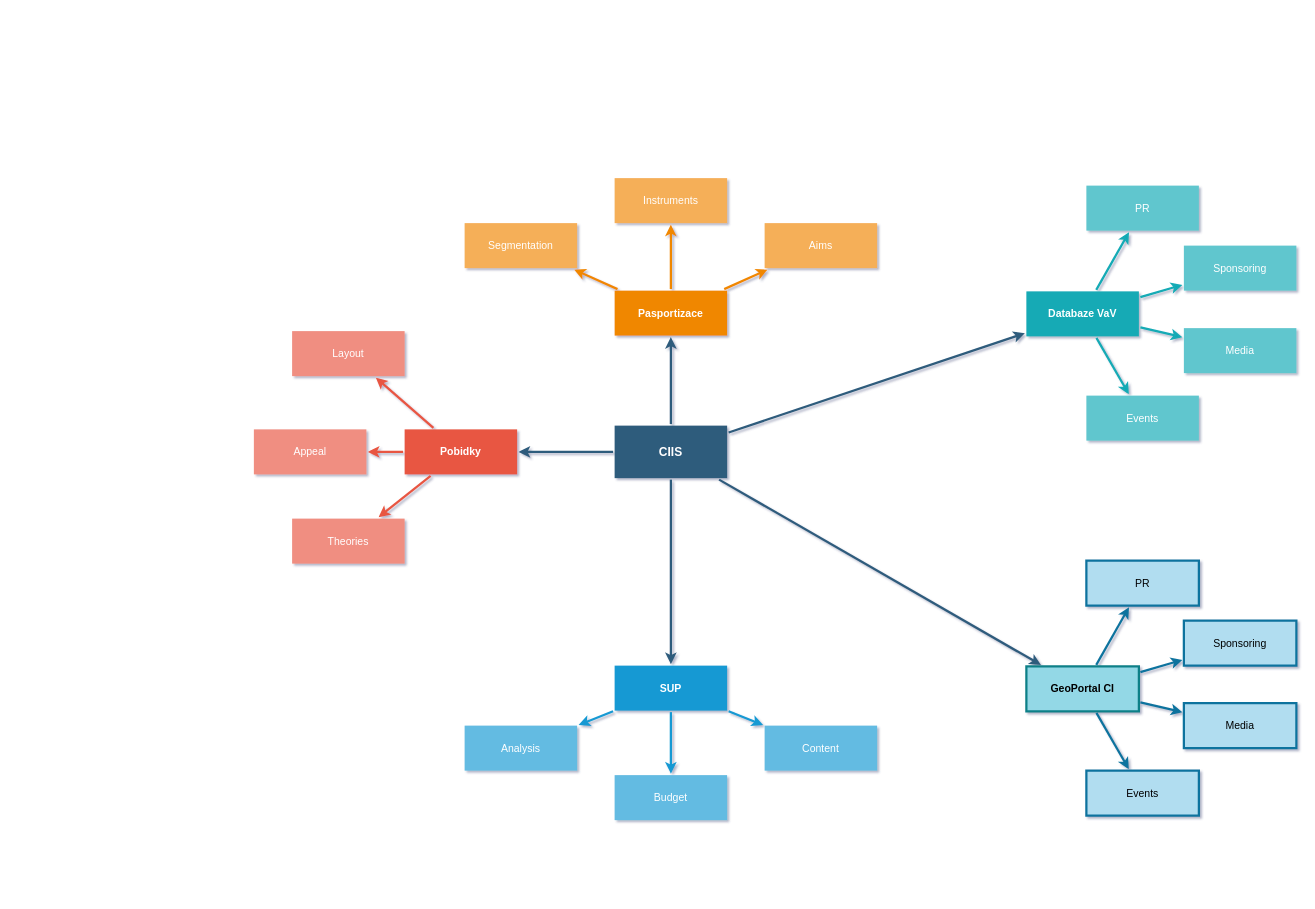
This is Untitled Diagram.drawio from VojtechFlidr/diagram, a draw.io file, before an edit. Source tidied: cells renumbered, new cells numbered last; positions are measured from the earlier drawing's top-left corner, leaving out a move shared by most shapes. Both pictures are drawn from the tidied source at 75%, with x=0, y=0 at pixel (254, 178).
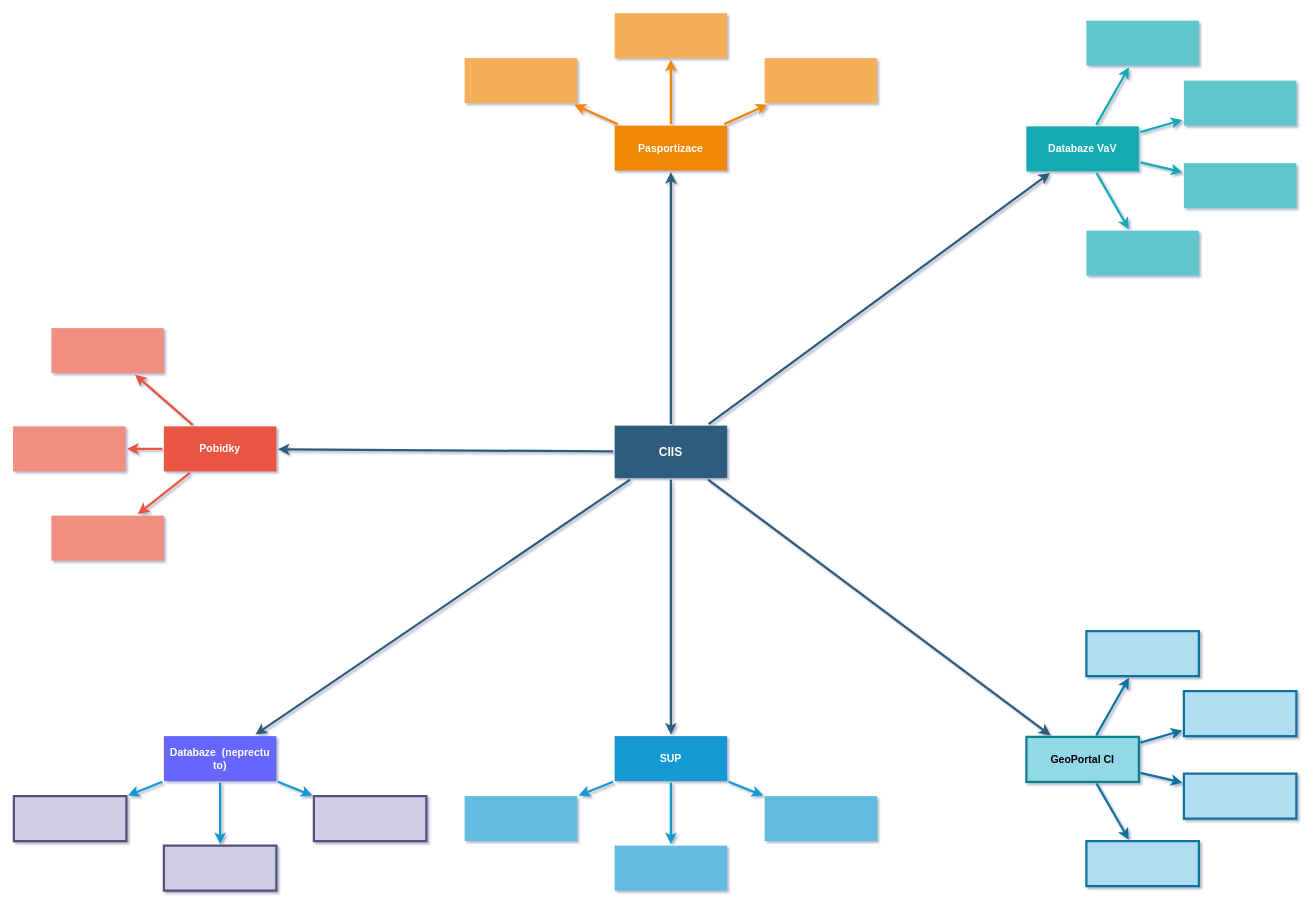
Above is the later version.

The change refers to these unchanged cells:
```xml
<mxCell id="6" value="CIIS" style="rounded=0;whiteSpace=wrap;html=1;shadow=0;labelBackgroundColor=none;strokeColor=none;strokeWidth=3;fillColor=#2F5B7C;fontFamily=Helvetica;fontSize=16;fontColor=#FFFFFF;align=center;fontStyle=1;spacing=5;arcSize=7;perimeterSpacing=2;" parent="1" vertex="1">
  <mxGeometry x="481" y="330" width="150" height="70" as="geometry" />
</mxCell>
```

Diff of the diagram source:
```diff
@@
     <mxCell id="10" value="Pobidky" style="rounded=0;whiteSpace=wrap;html=1;shadow=0;labelBackgroundColor=none;strokeColor=none;strokeWidth=3;fillColor=#e85642;fontFamily=Helvetica;fontSize=14;fontColor=#FFFFFF;align=center;spacing=5;fontStyle=1;arcSize=7;perimeterSpacing=2;" parent="1" vertex="1">
-      <mxGeometry x="201" y="335" width="150" height="60" as="geometry" />
+      <mxGeometry x="-120" y="331" width="150" height="60" as="geometry" />
     </mxCell>
-    <mxCell id="11" value="Theories" style="rounded=0;whiteSpace=wrap;html=1;shadow=0;labelBackgroundColor=none;strokeColor=none;strokeWidth=3;fillColor=#f08e81;fontFamily=Helvetica;fontSize=14;fontColor=#FFFFFF;align=center;spacing=5;fontStyle=0;arcSize=7;perimeterSpacing=2;" parent="1" vertex="1">
-      <mxGeometry x="51" y="454" width="150" height="60" as="geometry" />
+    <mxCell id="11" style="rounded=0;whiteSpace=wrap;html=1;shadow=0;labelBackgroundColor=none;strokeColor=none;strokeWidth=3;fillColor=#f08e81;fontFamily=Helvetica;fontSize=14;fontColor=#FFFFFF;align=center;spacing=5;fontStyle=0;arcSize=7;perimeterSpacing=2;" parent="1" vertex="1">
+      <mxGeometry x="-270" y="450" width="150" height="60" as="geometry" />
     </mxCell>
-    <mxCell id="12" value="Appeal" style="rounded=0;whiteSpace=wrap;html=1;shadow=0;labelBackgroundColor=none;strokeColor=none;strokeWidth=3;fillColor=#f08e81;fontFamily=Helvetica;fontSize=14;fontColor=#FFFFFF;align=center;spacing=5;fontStyle=0;arcSize=7;perimeterSpacing=2;" parent="1" vertex="1">
-      <mxGeometry y="335" width="150" height="60" as="geometry" />
+    <mxCell id="12" style="rounded=0;whiteSpace=wrap;html=1;shadow=0;labelBackgroundColor=none;strokeColor=none;strokeWidth=3;fillColor=#f08e81;fontFamily=Helvetica;fontSize=14;fontColor=#FFFFFF;align=center;spacing=5;fontStyle=0;arcSize=7;perimeterSpacing=2;" parent="1" vertex="1">
+      <mxGeometry x="-321" y="331" width="150" height="60" as="geometry" />
     </mxCell>
-    <mxCell id="13" value="Layout" style="rounded=0;whiteSpace=wrap;html=1;shadow=0;labelBackgroundColor=none;strokeColor=none;strokeWidth=3;fillColor=#f08e81;fontFamily=Helvetica;fontSize=14;fontColor=#FFFFFF;align=center;spacing=5;fontStyle=0;arcSize=7;perimeterSpacing=2;" parent="1" vertex="1">
-      <mxGeometry x="51" y="204" width="150" height="60" as="geometry" />
+    <mxCell id="13" style="rounded=0;whiteSpace=wrap;html=1;shadow=0;labelBackgroundColor=none;strokeColor=none;strokeWidth=3;fillColor=#f08e81;fontFamily=Helvetica;fontSize=14;fontColor=#FFFFFF;align=center;spacing=5;fontStyle=0;arcSize=7;perimeterSpacing=2;" parent="1" vertex="1">
+      <mxGeometry x="-270" y="200" width="150" height="60" as="geometry" />
     </mxCell>
@@
-    <mxCell id="17" value="SUP" style="rounded=0;whiteSpace=wrap;html=1;shadow=0;labelBackgroundColor=none;strokeColor=none;strokeWidth=3;fillColor=#1699d3;fontFamily=Helvetica;fontSize=14;fontColor=#FFFFFF;align=center;spacing=5;fontStyle=1;arcSize=7;perimeterSpacing=2;" parent="1" vertex="1">
-      <mxGeometry x="481" y="650" width="150" height="60" as="geometry" />
+    <mxCell id="17" value="Databaze&amp;nbsp; (neprectu to)" style="rounded=0;whiteSpace=wrap;html=1;shadow=0;labelBackgroundColor=none;strokeColor=none;strokeWidth=3;fillColor=#6666FF;fontFamily=Helvetica;fontSize=14;fontColor=#FFFFFF;align=center;spacing=5;fontStyle=1;arcSize=7;perimeterSpacing=2;" parent="1" vertex="1">
+      <mxGeometry x="-120" y="744" width="150" height="60" as="geometry" />
     </mxCell>
-    <mxCell id="18" value="Content" style="rounded=0;whiteSpace=wrap;html=1;shadow=0;labelBackgroundColor=none;strokeColor=none;strokeWidth=3;fillColor=#64bbe2;fontFamily=Helvetica;fontSize=14;fontColor=#FFFFFF;align=center;spacing=5;arcSize=7;perimeterSpacing=2;" parent="1" vertex="1">
-      <mxGeometry x="681" y="730" width="150" height="60" as="geometry" />
+    <mxCell id="18" style="rounded=0;whiteSpace=wrap;html=1;shadow=0;labelBackgroundColor=none;strokeColor=#56517e;strokeWidth=3;fillColor=#d0cee2;fontFamily=Helvetica;fontSize=14;align=center;spacing=5;arcSize=7;perimeterSpacing=2;" parent="1" vertex="1">
+      <mxGeometry x="80" y="824" width="150" height="60" as="geometry" />
     </mxCell>
-    <mxCell id="19" value="Budget" style="rounded=0;whiteSpace=wrap;html=1;shadow=0;labelBackgroundColor=none;strokeColor=none;strokeWidth=3;fillColor=#64bbe2;fontFamily=Helvetica;fontSize=14;fontColor=#FFFFFF;align=center;spacing=5;arcSize=7;perimeterSpacing=2;" parent="1" vertex="1">
-      <mxGeometry x="481" y="796" width="150" height="60" as="geometry" />
+    <mxCell id="19" style="rounded=0;whiteSpace=wrap;html=1;shadow=0;labelBackgroundColor=none;strokeColor=#56517e;strokeWidth=3;fillColor=#d0cee2;fontFamily=Helvetica;fontSize=14;align=center;spacing=5;arcSize=7;perimeterSpacing=2;" parent="1" vertex="1">
+      <mxGeometry x="-120" y="890" width="150" height="60" as="geometry" />
     </mxCell>
-    <mxCell id="20" value="Analysis" style="rounded=0;whiteSpace=wrap;html=1;shadow=0;labelBackgroundColor=none;strokeColor=none;strokeWidth=3;fillColor=#64bbe2;fontFamily=Helvetica;fontSize=14;fontColor=#FFFFFF;align=center;spacing=5;arcSize=7;perimeterSpacing=2;" parent="1" vertex="1">
-      <mxGeometry x="281" y="730" width="150" height="60" as="geometry" />
+    <mxCell id="20" style="rounded=0;whiteSpace=wrap;html=1;shadow=0;labelBackgroundColor=none;strokeColor=#56517e;strokeWidth=3;fillColor=#d0cee2;fontFamily=Helvetica;fontSize=14;align=center;spacing=5;arcSize=7;perimeterSpacing=2;" parent="1" vertex="1">
+      <mxGeometry x="-320" y="824" width="150" height="60" as="geometry" />
     </mxCell>
     <mxCell id="21" value="Pasportizace" style="rounded=0;whiteSpace=wrap;html=1;shadow=0;labelBackgroundColor=none;strokeColor=none;strokeWidth=3;fillColor=#F08705;fontFamily=Helvetica;fontSize=14;fontColor=#FFFFFF;align=center;spacing=5;fontStyle=1;arcSize=7;perimeterSpacing=2;" parent="1" vertex="1">
-      <mxGeometry x="481" y="150" width="150" height="60" as="geometry" />
+      <mxGeometry x="481" y="-70" width="150" height="60" as="geometry" />
     </mxCell>
-    <mxCell id="22" value="Aims&lt;br&gt;" style="rounded=0;whiteSpace=wrap;html=1;shadow=0;labelBackgroundColor=none;strokeColor=none;strokeWidth=3;fillColor=#f5af58;fontFamily=Helvetica;fontSize=14;fontColor=#FFFFFF;align=center;spacing=5;arcSize=7;perimeterSpacing=2;" parent="1" vertex="1">
-      <mxGeometry x="681" y="60" width="150" height="60" as="geometry" />
+    <mxCell id="22" style="rounded=0;whiteSpace=wrap;html=1;shadow=0;labelBackgroundColor=none;strokeColor=none;strokeWidth=3;fillColor=#f5af58;fontFamily=Helvetica;fontSize=14;fontColor=#FFFFFF;align=center;spacing=5;arcSize=7;perimeterSpacing=2;" parent="1" vertex="1">
+      <mxGeometry x="681" y="-160" width="150" height="60" as="geometry" />
     </mxCell>
@@
-    <mxCell id="24" value="Instruments" style="rounded=0;whiteSpace=wrap;html=1;shadow=0;labelBackgroundColor=none;strokeColor=none;strokeWidth=3;fillColor=#f5af58;fontFamily=Helvetica;fontSize=14;fontColor=#FFFFFF;align=center;spacing=5;arcSize=7;perimeterSpacing=2;" parent="1" vertex="1">
-      <mxGeometry x="481" width="150" height="60" as="geometry" />
+    <mxCell id="24" style="rounded=0;whiteSpace=wrap;html=1;shadow=0;labelBackgroundColor=none;strokeColor=none;strokeWidth=3;fillColor=#f5af58;fontFamily=Helvetica;fontSize=14;fontColor=#FFFFFF;align=center;spacing=5;arcSize=7;perimeterSpacing=2;" parent="1" vertex="1">
+      <mxGeometry x="481" y="-220" width="150" height="60" as="geometry" />
     </mxCell>
@@
-    <mxCell id="26" value="Segmentation" style="rounded=0;whiteSpace=wrap;html=1;shadow=0;labelBackgroundColor=none;strokeColor=none;strokeWidth=3;fillColor=#f5af58;fontFamily=Helvetica;fontSize=14;fontColor=#FFFFFF;align=center;spacing=5;arcSize=7;perimeterSpacing=2;" parent="1" vertex="1">
-      <mxGeometry x="281" y="60" width="150" height="60" as="geometry" />
+    <mxCell id="26" style="rounded=0;whiteSpace=wrap;html=1;shadow=0;labelBackgroundColor=none;strokeColor=none;strokeWidth=3;fillColor=#f5af58;fontFamily=Helvetica;fontSize=14;fontColor=#FFFFFF;align=center;spacing=5;arcSize=7;perimeterSpacing=2;" parent="1" vertex="1">
+      <mxGeometry x="281" y="-160" width="150" height="60" as="geometry" />
     </mxCell>
@@
     <mxCell id="28" value="Databaze VaV" style="rounded=0;whiteSpace=wrap;html=1;shadow=0;labelBackgroundColor=none;strokeColor=none;strokeWidth=3;fillColor=#12aab5;fontFamily=Helvetica;fontSize=14;fontColor=#FFFFFF;align=center;spacing=5;fontStyle=1;arcSize=7;perimeterSpacing=2;" parent="1" vertex="1">
-      <mxGeometry x="1030" y="151" width="150" height="60" as="geometry" />
+      <mxGeometry x="1030" y="-69" width="150" height="60" as="geometry" />
     </mxCell>
-    <mxCell id="29" value="Events" style="rounded=0;whiteSpace=wrap;html=1;shadow=0;labelBackgroundColor=none;strokeColor=none;strokeWidth=3;fillColor=#61c6ce;fontFamily=Helvetica;fontSize=14;fontColor=#FFFFFF;align=center;spacing=5;fontStyle=0;arcSize=7;perimeterSpacing=2;" parent="1" vertex="1">
-      <mxGeometry x="1110" y="290" width="150" height="60" as="geometry" />
+    <mxCell id="29" style="rounded=0;whiteSpace=wrap;html=1;shadow=0;labelBackgroundColor=none;strokeColor=none;strokeWidth=3;fillColor=#61c6ce;fontFamily=Helvetica;fontSize=14;fontColor=#FFFFFF;align=center;spacing=5;fontStyle=0;arcSize=7;perimeterSpacing=2;" parent="1" vertex="1">
+      <mxGeometry x="1110" y="70" width="150" height="60" as="geometry" />
     </mxCell>
@@
-    <mxCell id="31" value="Media" style="rounded=0;whiteSpace=wrap;html=1;shadow=0;labelBackgroundColor=none;strokeColor=none;strokeWidth=3;fillColor=#61c6ce;fontFamily=Helvetica;fontSize=14;fontColor=#FFFFFF;align=center;spacing=5;fontStyle=0;arcSize=7;perimeterSpacing=2;" parent="1" vertex="1">
-      <mxGeometry x="1240" y="200" width="150" height="60" as="geometry" />
+    <mxCell id="31" style="rounded=0;whiteSpace=wrap;html=1;shadow=0;labelBackgroundColor=none;strokeColor=none;strokeWidth=3;fillColor=#61c6ce;fontFamily=Helvetica;fontSize=14;fontColor=#FFFFFF;align=center;spacing=5;fontStyle=0;arcSize=7;perimeterSpacing=2;" parent="1" vertex="1">
+      <mxGeometry x="1240" y="-20" width="150" height="60" as="geometry" />
     </mxCell>
@@
-    <mxCell id="33" value="Sponsoring" style="rounded=0;whiteSpace=wrap;html=1;shadow=0;labelBackgroundColor=none;strokeColor=none;strokeWidth=3;fillColor=#61c6ce;fontFamily=Helvetica;fontSize=14;fontColor=#FFFFFF;align=center;spacing=5;fontStyle=0;arcSize=7;perimeterSpacing=2;" parent="1" vertex="1">
-      <mxGeometry x="1240" y="90" width="150" height="60" as="geometry" />
+    <mxCell id="33" style="rounded=0;whiteSpace=wrap;html=1;shadow=0;labelBackgroundColor=none;strokeColor=none;strokeWidth=3;fillColor=#61c6ce;fontFamily=Helvetica;fontSize=14;fontColor=#FFFFFF;align=center;spacing=5;fontStyle=0;arcSize=7;perimeterSpacing=2;" parent="1" vertex="1">
+      <mxGeometry x="1240" y="-130" width="150" height="60" as="geometry" />
     </mxCell>
@@
-    <mxCell id="35" value="PR" style="rounded=0;whiteSpace=wrap;html=1;shadow=0;labelBackgroundColor=none;strokeColor=none;strokeWidth=3;fillColor=#61c6ce;fontFamily=Helvetica;fontSize=14;fontColor=#FFFFFF;align=center;spacing=5;fontStyle=0;arcSize=7;perimeterSpacing=2;" parent="1" vertex="1">
-      <mxGeometry x="1110" y="10" width="150" height="60" as="geometry" />
+    <mxCell id="35" style="rounded=0;whiteSpace=wrap;html=1;shadow=0;labelBackgroundColor=none;strokeColor=none;strokeWidth=3;fillColor=#61c6ce;fontFamily=Helvetica;fontSize=14;fontColor=#FFFFFF;align=center;spacing=5;fontStyle=0;arcSize=7;perimeterSpacing=2;" parent="1" vertex="1">
+      <mxGeometry x="1110" y="-210" width="150" height="60" as="geometry" />
     </mxCell>
@@
     <mxCell id="37" value="GeoPortal CI" style="rounded=0;whiteSpace=wrap;html=1;shadow=0;labelBackgroundColor=none;strokeColor=#0e8088;strokeWidth=3;fillColor=#93D8E6;fontFamily=Helvetica;fontSize=14;align=center;spacing=5;fontStyle=1;arcSize=7;perimeterSpacing=2;" parent="1" vertex="1">
-      <mxGeometry x="1030" y="651" width="150" height="60" as="geometry" />
+      <mxGeometry x="1030" y="745" width="150" height="60" as="geometry" />
     </mxCell>
-    <mxCell id="38" value="Events" style="rounded=0;whiteSpace=wrap;html=1;shadow=0;labelBackgroundColor=none;strokeColor=#10739e;strokeWidth=3;fillColor=#b1ddf0;fontFamily=Helvetica;fontSize=14;align=center;spacing=5;fontStyle=0;arcSize=7;perimeterSpacing=2;" parent="1" vertex="1">
-      <mxGeometry x="1110" y="790" width="150" height="60" as="geometry" />
+    <mxCell id="38" style="rounded=0;whiteSpace=wrap;html=1;shadow=0;labelBackgroundColor=none;strokeColor=#10739e;strokeWidth=3;fillColor=#b1ddf0;fontFamily=Helvetica;fontSize=14;align=center;spacing=5;fontStyle=0;arcSize=7;perimeterSpacing=2;" parent="1" vertex="1">
+      <mxGeometry x="1110" y="884" width="150" height="60" as="geometry" />
     </mxCell>
@@
-    <mxCell id="40" value="Media" style="rounded=0;whiteSpace=wrap;html=1;shadow=0;labelBackgroundColor=none;strokeColor=#10739e;strokeWidth=3;fillColor=#b1ddf0;fontFamily=Helvetica;fontSize=14;align=center;spacing=5;fontStyle=0;arcSize=7;perimeterSpacing=2;" parent="1" vertex="1">
-      <mxGeometry x="1240" y="700" width="150" height="60" as="geometry" />
+    <mxCell id="40" style="rounded=0;whiteSpace=wrap;html=1;shadow=0;labelBackgroundColor=none;strokeColor=#10739e;strokeWidth=3;fillColor=#b1ddf0;fontFamily=Helvetica;fontSize=14;align=center;spacing=5;fontStyle=0;arcSize=7;perimeterSpacing=2;" parent="1" vertex="1">
+      <mxGeometry x="1240" y="794" width="150" height="60" as="geometry" />
     </mxCell>
@@
-    <mxCell id="42" value="Sponsoring" style="rounded=0;whiteSpace=wrap;html=1;shadow=0;labelBackgroundColor=none;strokeColor=#10739e;strokeWidth=3;fillColor=#b1ddf0;fontFamily=Helvetica;fontSize=14;align=center;spacing=5;fontStyle=0;arcSize=7;perimeterSpacing=2;" parent="1" vertex="1">
-      <mxGeometry x="1240" y="590" width="150" height="60" as="geometry" />
+    <mxCell id="42" style="rounded=0;whiteSpace=wrap;html=1;shadow=0;labelBackgroundColor=none;strokeColor=#10739e;strokeWidth=3;fillColor=#b1ddf0;fontFamily=Helvetica;fontSize=14;align=center;spacing=5;fontStyle=0;arcSize=7;perimeterSpacing=2;" parent="1" vertex="1">
+      <mxGeometry x="1240" y="684" width="150" height="60" as="geometry" />
     </mxCell>
@@
-    <mxCell id="44" value="PR" style="rounded=0;whiteSpace=wrap;html=1;shadow=0;labelBackgroundColor=none;strokeColor=#10739e;strokeWidth=3;fillColor=#b1ddf0;fontFamily=Helvetica;fontSize=14;align=center;spacing=5;fontStyle=0;arcSize=7;perimeterSpacing=2;" parent="1" vertex="1">
-      <mxGeometry x="1110" y="510" width="150" height="60" as="geometry" />
+    <mxCell id="44" style="rounded=0;whiteSpace=wrap;html=1;shadow=0;labelBackgroundColor=none;strokeColor=#10739e;strokeWidth=3;fillColor=#b1ddf0;fontFamily=Helvetica;fontSize=14;align=center;spacing=5;fontStyle=0;arcSize=7;perimeterSpacing=2;" parent="1" vertex="1">
+      <mxGeometry x="1110" y="604" width="150" height="60" as="geometry" />
     </mxCell>
@@
+    <mxCell id="47" style="edgeStyle=none;rounded=0;jumpStyle=none;html=1;shadow=0;labelBackgroundColor=none;startArrow=none;startFill=0;endArrow=classic;endFill=1;jettySize=auto;strokeColor=#2F5B7C;strokeWidth=3;fontFamily=Helvetica;fontSize=16;fontColor=#23445D;spacing=5;" parent="1" edge="1" source="6" target="51">
+      <mxGeometry relative="1" as="geometry" />
+    </mxCell>
+    <mxCell id="48" style="edgeStyle=none;rounded=0;jumpStyle=none;html=1;shadow=0;labelBackgroundColor=none;startArrow=none;startFill=0;endArrow=classic;endFill=1;jettySize=auto;strokeColor=#1699D3;strokeWidth=3;fontFamily=Helvetica;fontSize=14;fontColor=#FFFFFF;spacing=5;" parent="1" edge="1" source="51" target="54">
+      <mxGeometry relative="1" as="geometry" />
+    </mxCell>
+    <mxCell id="49" style="edgeStyle=none;rounded=0;jumpStyle=none;html=1;shadow=0;labelBackgroundColor=none;startArrow=none;startFill=0;endArrow=classic;endFill=1;jettySize=auto;strokeColor=#1699D3;strokeWidth=3;fontFamily=Helvetica;fontSize=14;fontColor=#FFFFFF;spacing=5;" parent="1" edge="1" source="51" target="53">
+      <mxGeometry relative="1" as="geometry" />
+    </mxCell>
+    <mxCell id="50" style="edgeStyle=none;rounded=0;jumpStyle=none;html=1;shadow=0;labelBackgroundColor=none;startArrow=none;startFill=0;endArrow=classic;endFill=1;jettySize=auto;strokeColor=#1699D3;strokeWidth=3;fontFamily=Helvetica;fontSize=14;fontColor=#FFFFFF;spacing=5;" parent="1" edge="1" source="51" target="52">
+      <mxGeometry relative="1" as="geometry" />
+    </mxCell>
+    <mxCell id="51" value="SUP" style="rounded=0;whiteSpace=wrap;html=1;shadow=0;labelBackgroundColor=none;strokeColor=none;strokeWidth=3;fillColor=#1699d3;fontFamily=Helvetica;fontSize=14;fontColor=#FFFFFF;align=center;spacing=5;fontStyle=1;arcSize=7;perimeterSpacing=2;" parent="1" vertex="1">
+      <mxGeometry x="481" y="744" width="150" height="60" as="geometry" />
+    </mxCell>
+    <mxCell id="52" style="rounded=0;whiteSpace=wrap;html=1;shadow=0;labelBackgroundColor=none;strokeColor=none;strokeWidth=3;fillColor=#64bbe2;fontFamily=Helvetica;fontSize=14;fontColor=#FFFFFF;align=center;spacing=5;arcSize=7;perimeterSpacing=2;" parent="1" vertex="1">
+      <mxGeometry x="681" y="824" width="150" height="60" as="geometry" />
+    </mxCell>
+    <mxCell id="53" style="rounded=0;whiteSpace=wrap;html=1;shadow=0;labelBackgroundColor=none;strokeColor=none;strokeWidth=3;fillColor=#64bbe2;fontFamily=Helvetica;fontSize=14;fontColor=#FFFFFF;align=center;spacing=5;arcSize=7;perimeterSpacing=2;" parent="1" vertex="1">
+      <mxGeometry x="481" y="890" width="150" height="60" as="geometry" />
+    </mxCell>
+    <mxCell id="54" style="rounded=0;whiteSpace=wrap;html=1;shadow=0;labelBackgroundColor=none;strokeColor=none;strokeWidth=3;fillColor=#64bbe2;fontFamily=Helvetica;fontSize=14;fontColor=#FFFFFF;align=center;spacing=5;arcSize=7;perimeterSpacing=2;" parent="1" vertex="1">
+      <mxGeometry x="281" y="824" width="150" height="60" as="geometry" />
+    </mxCell>
```
